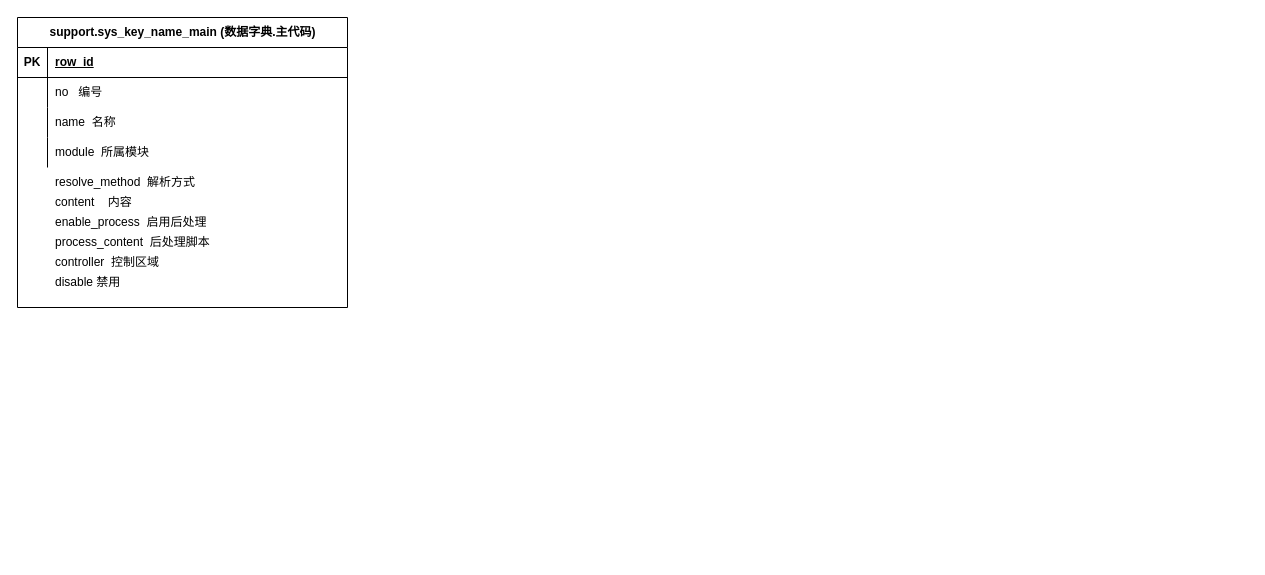
Earlier version of the draw.io diagram page "第 15 页" (15 of 15) of Untitled Diagram.drawio (JnCaoxia/java-learn). Source tidied: cells renumbered, new cells numbered last; positions are measured from the earlier drawing's top-left corner, leaving out a move shared by most shapes. Both pictures are drawn from the tidied source at 100%, with x=0, y=0 at pixel (17, 17).
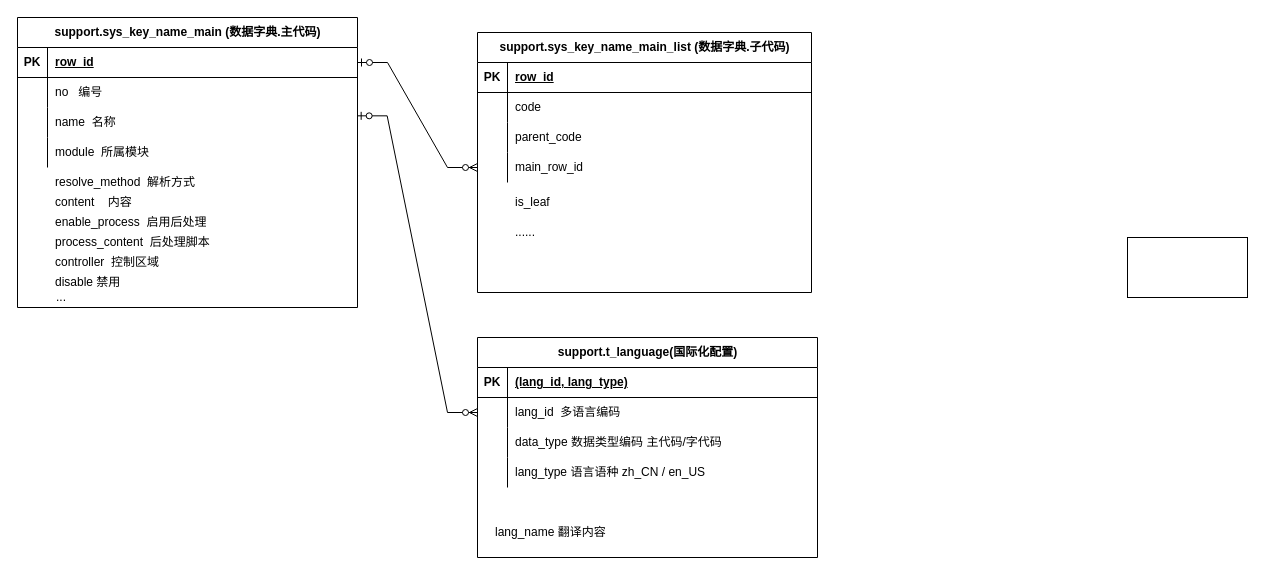
The same diagram, later.

Diff of the diagram source:
```diff
@@
     <mxCell id="2" value="support.sys_key_name_main (数据字典.主代码)" style="shape=table;startSize=30;childLayout=tableLayout;rowLines=0;fontStyle=1;align=center;html=1;" parent="1" vertex="1">
-      <mxGeometry width="330" height="290" as="geometry" />
+      <mxGeometry width="340" height="290" as="geometry" />
     </mxCell>
     <mxCell id="3" style="shape=tableRow;horizontal=0;startSize=0;swimlaneHead=0;swimlaneBody=0;fillColor=none;points=[[0,0.5],[1,0.5]];portConstraint=eastwest;top=0;left=0;right=0;bottom=1;" parent="2" vertex="1">
-      <mxGeometry y="30" width="330" height="30" as="geometry" />
+      <mxGeometry y="30" width="340" height="30" as="geometry" />
     </mxCell>
@@
     <mxCell id="5" value="row_id" style="shape=partialRectangle;fillColor=none;top=0;left=0;bottom=0;right=0;align=left;spacingLeft=6;fontStyle=5;overflow=hidden;whiteSpace=wrap;html=1;" parent="3" vertex="1">
-      <mxGeometry x="30" width="300" height="30" as="geometry" />
+      <mxGeometry x="30" width="310" height="30" as="geometry" />
     </mxCell>
     <mxCell id="6" style="shape=tableRow;horizontal=0;startSize=0;swimlaneHead=0;swimlaneBody=0;fillColor=none;top=0;left=0;right=0;bottom=0;" parent="2" vertex="1">
-      <mxGeometry y="60" width="330" height="30" as="geometry" />
+      <mxGeometry y="60" width="340" height="30" as="geometry" />
     </mxCell>
@@
     <mxCell id="8" value="no&amp;nbsp; &amp;nbsp;编号" style="shape=partialRectangle;fillColor=none;top=0;left=0;bottom=0;right=0;align=left;spacingLeft=6;overflow=hidden;whiteSpace=wrap;html=1;" parent="6" vertex="1">
-      <mxGeometry x="30" width="300" height="30" as="geometry" />
+      <mxGeometry x="30" width="310" height="30" as="geometry" />
     </mxCell>
     <mxCell id="9" style="shape=tableRow;horizontal=0;startSize=0;swimlaneHead=0;swimlaneBody=0;fillColor=none;points=[[0,0.5],[1,0.5]];portConstraint=eastwest;top=0;left=0;right=0;bottom=0;" parent="2" vertex="1">
-      <mxGeometry y="90" width="330" height="30" as="geometry" />
+      <mxGeometry y="90" width="340" height="30" as="geometry" />
     </mxCell>
@@
     <mxCell id="11" value="name&amp;nbsp; 名称" style="shape=partialRectangle;fillColor=none;top=0;left=0;bottom=0;right=0;align=left;spacingLeft=6;overflow=hidden;whiteSpace=wrap;html=1;" parent="9" vertex="1">
-      <mxGeometry x="30" width="300" height="30" as="geometry" />
+      <mxGeometry x="30" width="310" height="30" as="geometry" />
     </mxCell>
     <mxCell id="12" style="shape=tableRow;horizontal=0;startSize=0;swimlaneHead=0;swimlaneBody=0;fillColor=none;top=0;left=0;right=0;bottom=0;" parent="2" vertex="1">
-      <mxGeometry y="120" width="330" height="30" as="geometry" />
+      <mxGeometry y="120" width="340" height="30" as="geometry" />
     </mxCell>
@@
     <mxCell id="14" value="module&amp;nbsp; 所属模块" style="shape=partialRectangle;fillColor=none;top=0;left=0;bottom=0;right=0;align=left;spacingLeft=6;overflow=hidden;whiteSpace=wrap;html=1;" parent="12" vertex="1">
-      <mxGeometry x="30" width="300" height="30" as="geometry" />
+      <mxGeometry x="30" width="310" height="30" as="geometry" />
     </mxCell>
@@
+    <mxCell id="23" value="support.sys_key_name_main_list (数据字典.子代码)" style="shape=table;startSize=30;childLayout=tableLayout;rowLines=0;fontStyle=1;align=center;html=1;" parent="1" vertex="1">
+      <mxGeometry x="460" y="15" width="334" height="260" as="geometry" />
+    </mxCell>
+    <mxCell id="24" style="shape=tableRow;horizontal=0;startSize=0;swimlaneHead=0;swimlaneBody=0;fillColor=none;top=0;left=0;right=0;bottom=1;" parent="23" vertex="1">
+      <mxGeometry y="30" width="334" height="30" as="geometry" />
+    </mxCell>
+    <mxCell id="25" value="PK" style="shape=partialRectangle;fillColor=none;top=0;left=0;bottom=0;right=0;fontStyle=1;overflow=hidden;whiteSpace=wrap;html=1;" parent="24" vertex="1">
+      <mxGeometry width="30" height="30" as="geometry" />
+    </mxCell>
+    <mxCell id="26" value="row_id" style="shape=partialRectangle;fillColor=none;top=0;left=0;bottom=0;right=0;align=left;spacingLeft=6;fontStyle=5;overflow=hidden;whiteSpace=wrap;html=1;" parent="24" vertex="1">
+      <mxGeometry x="30" width="304" height="30" as="geometry" />
+    </mxCell>
+    <mxCell id="27" style="shape=tableRow;horizontal=0;startSize=0;swimlaneHead=0;swimlaneBody=0;fillColor=none;top=0;left=0;right=0;bottom=0;" parent="23" vertex="1">
+      <mxGeometry y="60" width="334" height="30" as="geometry" />
+    </mxCell>
+    <mxCell id="28" style="shape=partialRectangle;fillColor=none;top=0;left=0;bottom=0;right=0;overflow=hidden;whiteSpace=wrap;html=1;" parent="27" vertex="1">
+      <mxGeometry width="30" height="30" as="geometry" />
+    </mxCell>
+    <mxCell id="29" value="code" style="shape=partialRectangle;fillColor=none;top=0;left=0;bottom=0;right=0;align=left;spacingLeft=6;overflow=hidden;whiteSpace=wrap;html=1;" parent="27" vertex="1">
+      <mxGeometry x="30" width="304" height="30" as="geometry" />
+    </mxCell>
+    <mxCell id="30" style="shape=tableRow;horizontal=0;startSize=0;swimlaneHead=0;swimlaneBody=0;fillColor=none;top=0;left=0;right=0;bottom=0;" parent="23" vertex="1">
+      <mxGeometry y="90" width="334" height="30" as="geometry" />
+    </mxCell>
+    <mxCell id="31" style="shape=partialRectangle;fillColor=none;top=0;left=0;bottom=0;right=0;overflow=hidden;whiteSpace=wrap;html=1;" parent="30" vertex="1">
+      <mxGeometry width="30" height="30" as="geometry" />
+    </mxCell>
+    <mxCell id="32" value="parent_code" style="shape=partialRectangle;fillColor=none;top=0;left=0;bottom=0;right=0;align=left;spacingLeft=6;overflow=hidden;whiteSpace=wrap;html=1;" parent="30" vertex="1">
+      <mxGeometry x="30" width="304" height="30" as="geometry" />
+    </mxCell>
+    <mxCell id="33" style="shape=tableRow;horizontal=0;startSize=0;swimlaneHead=0;swimlaneBody=0;fillColor=none;points=[[0,0.5],[1,0.5]];portConstraint=eastwest;top=0;left=0;right=0;bottom=0;" parent="23" vertex="1">
+      <mxGeometry y="120" width="334" height="30" as="geometry" />
+    </mxCell>
+    <mxCell id="34" style="shape=partialRectangle;fillColor=none;top=0;left=0;bottom=0;right=0;overflow=hidden;whiteSpace=wrap;html=1;" parent="33" vertex="1">
+      <mxGeometry width="30" height="30" as="geometry" />
+    </mxCell>
+    <mxCell id="35" value="main_row_id" style="shape=partialRectangle;fillColor=none;top=0;left=0;bottom=0;right=0;align=left;spacingLeft=6;overflow=hidden;whiteSpace=wrap;html=1;" parent="33" vertex="1">
+      <mxGeometry x="30" width="304" height="30" as="geometry" />
+    </mxCell>
+    <mxCell id="36" style="shape=tableRow;horizontal=0;startSize=0;swimlaneHead=0;swimlaneBody=0;fillColor=none;top=0;left=0;right=0;bottom=0;" parent="1" vertex="1">
+      <mxGeometry x="460" y="170" width="334" height="30" as="geometry" />
+    </mxCell>
+    <mxCell id="37" style="shape=partialRectangle;fillColor=none;top=0;left=0;bottom=0;right=0;overflow=hidden;whiteSpace=wrap;html=1;" parent="36" vertex="1">
+      <mxGeometry width="30" height="30" as="geometry" />
+    </mxCell>
+    <mxCell id="38" value="is_leaf" style="shape=partialRectangle;fillColor=none;top=0;left=0;bottom=0;right=0;align=left;spacingLeft=6;overflow=hidden;whiteSpace=wrap;html=1;" parent="36" vertex="1">
+      <mxGeometry x="30" width="304" height="30" as="geometry" />
+    </mxCell>
+    <mxCell id="39" value="..." style="shape=partialRectangle;fillColor=none;top=0;left=0;bottom=0;right=0;align=left;spacingLeft=6;overflow=hidden;whiteSpace=wrap;html=1;" parent="1" vertex="1">
+      <mxGeometry x="31" y="265" width="304" height="30" as="geometry" />
+    </mxCell>
+    <mxCell id="40" value="......" style="shape=partialRectangle;fillColor=none;top=0;left=0;bottom=0;right=0;align=left;spacingLeft=6;overflow=hidden;whiteSpace=wrap;html=1;" parent="1" vertex="1">
+      <mxGeometry x="490" y="200" width="304" height="30" as="geometry" />
+    </mxCell>
+    <mxCell id="41" style="edgeStyle=entityRelationEdgeStyle;fontSize=12;html=1;endArrow=ERzeroToMany;startArrow=ERzeroToOne;rounded=0;entryX=0;entryY=0.5;entryDx=0;entryDy=0;" parent="1" edge="1" source="3" target="33">
+      <mxGeometry relative="1" as="geometry">
+        <Array as="points">
+          <mxPoint x="530" y="150" />
+        </Array>
+      </mxGeometry>
+    </mxCell>
+    <mxCell id="42" style="rounded=0;whiteSpace=wrap;html=1;" parent="1" vertex="1">
+      <mxGeometry x="1110" y="220" width="120" height="60" as="geometry" />
+    </mxCell>
+    <mxCell id="43" value="support.t_language(国际化配置)" style="shape=table;startSize=30;childLayout=tableLayout;rowLines=0;fontStyle=1;align=center;html=1;" parent="1" vertex="1">
+      <mxGeometry x="460" y="320" width="340" height="220" as="geometry" />
+    </mxCell>
+    <mxCell id="44" style="shape=tableRow;horizontal=0;startSize=0;swimlaneHead=0;swimlaneBody=0;fillColor=none;top=0;left=0;right=0;bottom=1;" parent="43" vertex="1">
+      <mxGeometry y="30" width="340" height="30" as="geometry" />
+    </mxCell>
+    <mxCell id="45" value="PK" style="shape=partialRectangle;fillColor=none;top=0;left=0;bottom=0;right=0;fontStyle=1;overflow=hidden;whiteSpace=wrap;html=1;" parent="44" vertex="1">
+      <mxGeometry width="30" height="30" as="geometry" />
+    </mxCell>
+    <mxCell id="46" value="(lang_id, lang_type)" style="shape=partialRectangle;fillColor=none;top=0;left=0;bottom=0;right=0;align=left;spacingLeft=6;fontStyle=5;overflow=hidden;whiteSpace=wrap;html=1;" parent="44" vertex="1">
+      <mxGeometry x="30" width="310" height="30" as="geometry" />
+    </mxCell>
+    <mxCell id="47" style="shape=tableRow;horizontal=0;startSize=0;swimlaneHead=0;swimlaneBody=0;fillColor=none;points=[[0,0.5],[1,0.5]];portConstraint=eastwest;top=0;left=0;right=0;bottom=0;" parent="43" vertex="1">
+      <mxGeometry y="60" width="340" height="30" as="geometry" />
+    </mxCell>
+    <mxCell id="48" style="shape=partialRectangle;fillColor=none;top=0;left=0;bottom=0;right=0;overflow=hidden;whiteSpace=wrap;html=1;" parent="47" vertex="1">
+      <mxGeometry width="30" height="30" as="geometry" />
+    </mxCell>
+    <mxCell id="49" value="lang_id&amp;nbsp; 多语言编码" style="shape=partialRectangle;fillColor=none;top=0;left=0;bottom=0;right=0;align=left;spacingLeft=6;overflow=hidden;whiteSpace=wrap;html=1;" parent="47" vertex="1">
+      <mxGeometry x="30" width="310" height="30" as="geometry" />
+    </mxCell>
+    <mxCell id="50" style="shape=tableRow;horizontal=0;startSize=0;swimlaneHead=0;swimlaneBody=0;fillColor=none;top=0;left=0;right=0;bottom=0;" parent="43" vertex="1">
+      <mxGeometry y="90" width="340" height="30" as="geometry" />
+    </mxCell>
+    <mxCell id="51" style="shape=partialRectangle;fillColor=none;top=0;left=0;bottom=0;right=0;overflow=hidden;whiteSpace=wrap;html=1;" parent="50" vertex="1">
+      <mxGeometry width="30" height="30" as="geometry" />
+    </mxCell>
+    <mxCell id="52" value="data_type 数据类型编码 主代码/字代码" style="shape=partialRectangle;fillColor=none;top=0;left=0;bottom=0;right=0;align=left;spacingLeft=6;overflow=hidden;whiteSpace=wrap;html=1;" parent="50" vertex="1">
+      <mxGeometry x="30" width="310" height="30" as="geometry" />
+    </mxCell>
+    <mxCell id="53" style="shape=tableRow;horizontal=0;startSize=0;swimlaneHead=0;swimlaneBody=0;fillColor=none;top=0;left=0;right=0;bottom=0;" parent="43" vertex="1">
+      <mxGeometry y="120" width="340" height="30" as="geometry" />
+    </mxCell>
+    <mxCell id="54" style="shape=partialRectangle;fillColor=none;top=0;left=0;bottom=0;right=0;overflow=hidden;whiteSpace=wrap;html=1;" parent="53" vertex="1">
+      <mxGeometry width="30" height="30" as="geometry" />
+    </mxCell>
+    <mxCell id="55" value="lang_type 语言语种 zh_CN / en_US" style="shape=partialRectangle;fillColor=none;top=0;left=0;bottom=0;right=0;align=left;spacingLeft=6;overflow=hidden;whiteSpace=wrap;html=1;" parent="53" vertex="1">
+      <mxGeometry x="30" width="310" height="30" as="geometry" />
+    </mxCell>
+    <mxCell id="56" value="lang_name 翻译内容" style="shape=partialRectangle;fillColor=none;top=0;left=0;bottom=0;right=0;align=left;spacingLeft=6;overflow=hidden;whiteSpace=wrap;html=1;" parent="1" vertex="1">
+      <mxGeometry x="470" y="500" width="270" height="30" as="geometry" />
+    </mxCell>
+    <mxCell id="57" style="edgeStyle=entityRelationEdgeStyle;fontSize=12;html=1;endArrow=ERzeroToMany;startArrow=ERzeroToOne;rounded=0;exitX=0.999;exitY=0.278;exitDx=0;exitDy=0;exitPerimeter=0;entryX=0;entryY=0.5;entryDx=0;entryDy=0;" parent="1" edge="1" source="9" target="47">
+      <mxGeometry relative="1" as="geometry" />
+    </mxCell>
```
